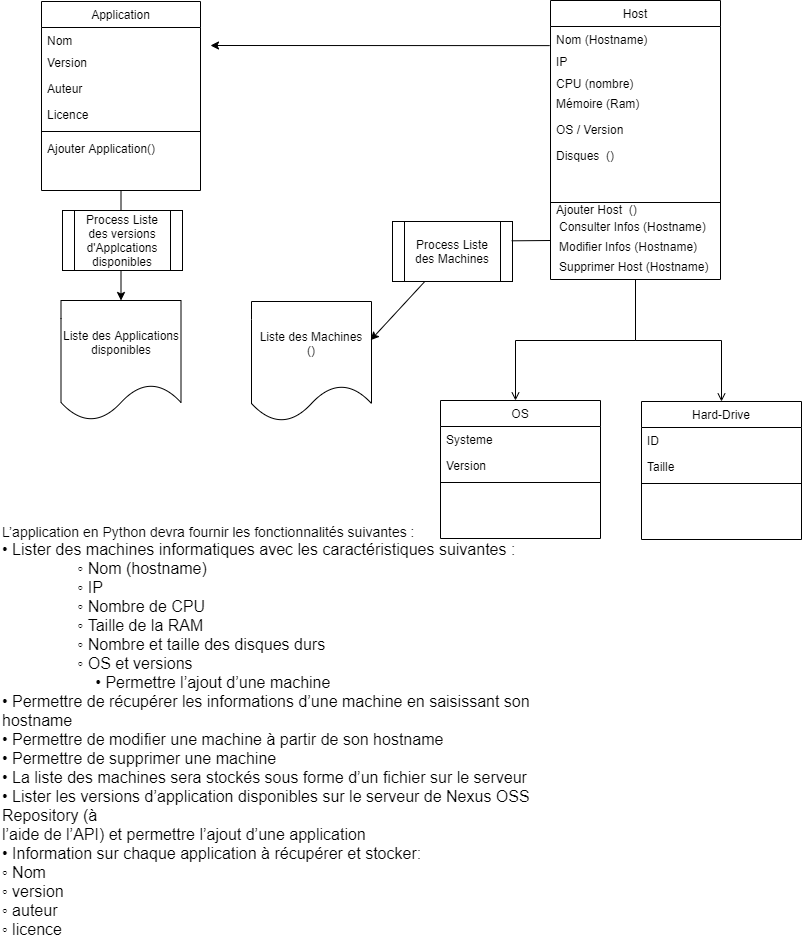
Before: UML/PYTHON_JENKINS_UML_01.png, a diagram exported from draw.io (houssembenali/IB_TP_PYTHON). Source tidied: cells renumbered, new cells last; positions are measured from the earlier drawing's top-left corner, leaving out a move shared by most shapes.
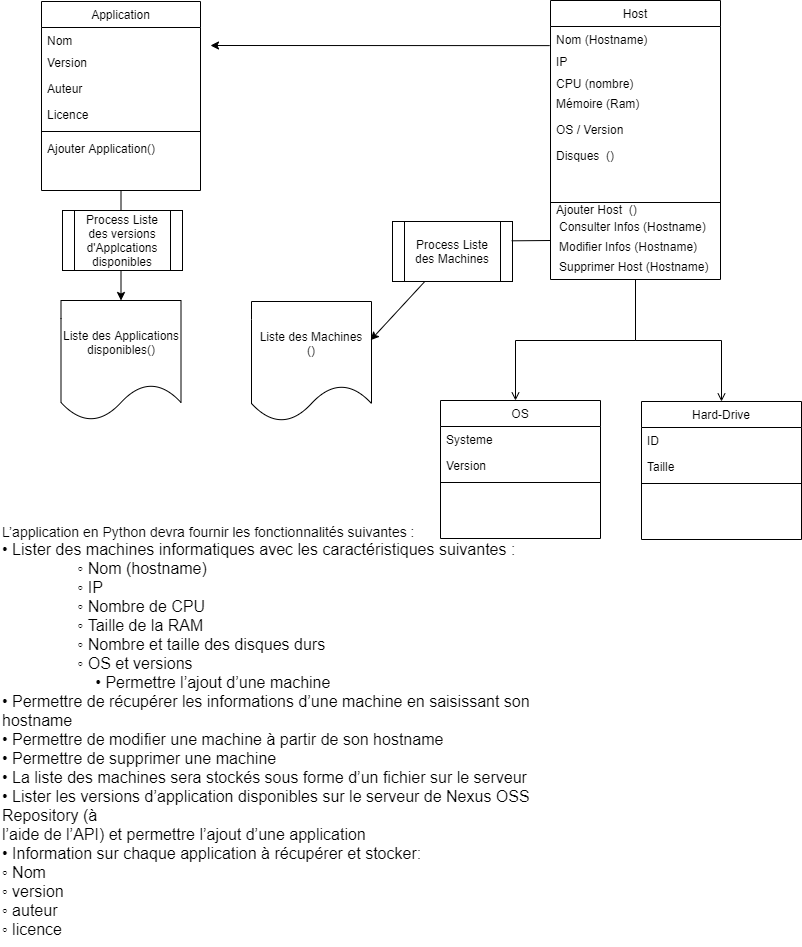
The same file after the commit.

Diff of the diagram source:
```diff
@@ -109,7 +109,7 @@
     <mxCell id="34" value="Process Liste des versions d'Applcations disponibles" style="shape=process;whiteSpace=wrap;html=1;backgroundOutline=1;" parent="1" vertex="1">
       <mxGeometry x="62" y="210" width="120" height="60" as="geometry" />
     </mxCell>
-    <mxCell id="35" value="Liste des Applications disponibles" style="shape=document;whiteSpace=wrap;html=1;boundedLbl=1;" parent="1" vertex="1">
+    <mxCell id="35" value="Liste des Applications disponibles()" style="shape=document;whiteSpace=wrap;html=1;boundedLbl=1;" parent="1" vertex="1">
       <mxGeometry x="60.5" y="300" width="120" height="120" as="geometry" />
     </mxCell>
     <mxCell id="36" style="endArrow=classic;html=1;entryX=0.993;entryY=0.322;entryDx=0;entryDy=0;entryPerimeter=0;startArrow=none;" parent="1" edge="1" source="38" target="33">
```
